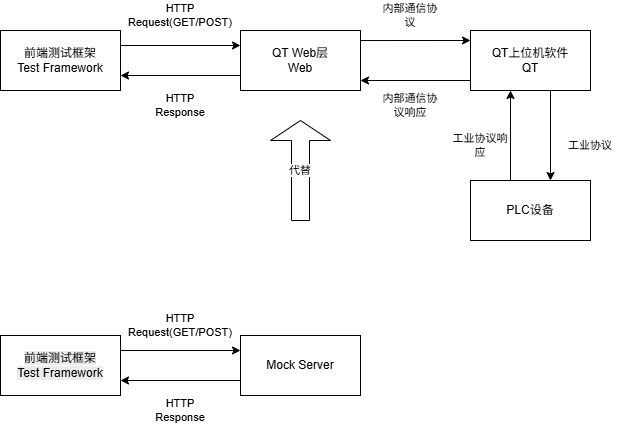
Earlier version of the draw.io export 前后端流程.drawio.png (Taylor-Hu/python_code). Source tidied: cells renumbered, new cells last; positions are measured from the earlier drawing's top-left corner, leaving out a move shared by most shapes.
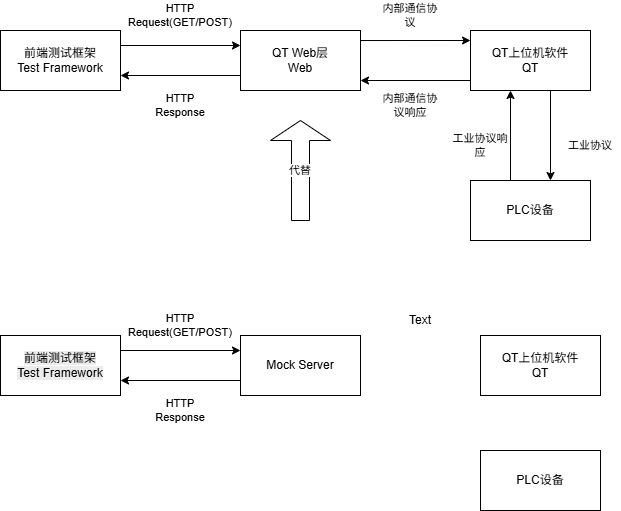
The same diagram one commit later.

Commit message:
更新前后端流程.drawio.png

Change to the diagram source:
```diff
@@ -84,5 +84,14 @@
     <mxCell id="24" value="代替" style="shape=singleArrow;direction=north;whiteSpace=wrap;html=1;fontFamily=Helvetica;fontSize=11;fontColor=default;labelBackgroundColor=default;" parent="1" vertex="1">
       <mxGeometry x="270" y="120" width="60" height="100" as="geometry" />
     </mxCell>
+    <mxCell id="25" value="QT上位机软件&lt;div&gt;QT&lt;/div&gt;" style="rounded=0;whiteSpace=wrap;html=1;" parent="1" vertex="1">
+      <mxGeometry x="480" y="335" width="120" height="60" as="geometry" />
+    </mxCell>
+    <mxCell id="26" value="PLC设备" style="rounded=0;whiteSpace=wrap;html=1;" parent="1" vertex="1">
+      <mxGeometry x="480" y="450" width="120" height="60" as="geometry" />
+    </mxCell>
+    <mxCell id="27" value="Text" style="text;html=1;whiteSpace=wrap;strokeColor=none;fillColor=none;align=center;verticalAlign=middle;rounded=0;" parent="1" vertex="1">
+      <mxGeometry x="390" y="305" width="60" height="30" as="geometry" />
+    </mxCell>
   </root>
 </mxGraphModel>
```
